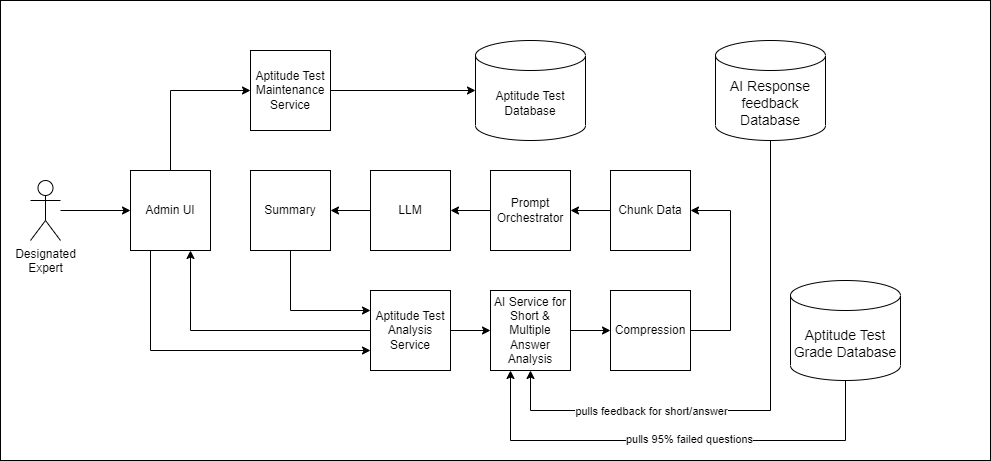
Before: diagrams/admin-expert-ai-refinement.drawio.png, a diagram exported from draw.io (mmat1/skynet-ai-2025). Source tidied: cells renumbered, new cells last; positions are measured from the earlier drawing's top-left corner, leaving out a move shared by most shapes.
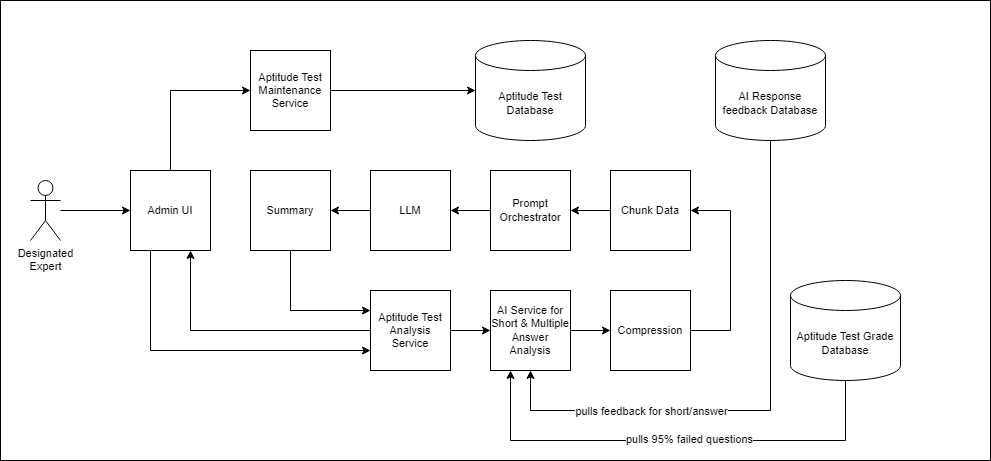
After the commit.

Diff of the diagram source:
```diff
@@ -2,41 +2,41 @@
   <root>
     <mxCell id="0" />
     <mxCell id="1" parent="0" />
-    <mxCell id="2" style="rounded=0;whiteSpace=wrap;html=1;" parent="1" vertex="1">
+    <mxCell id="2" style="rounded=0;whiteSpace=wrap;html=1;fontSize=11;" parent="1" vertex="1">
       <mxGeometry width="990" height="460" as="geometry" />
     </mxCell>
-    <mxCell id="3" value="&lt;span style=&quot;font-size: 14px;&quot;&gt;AI Response feedback Database&lt;br&gt;&lt;/span&gt;" style="shape=cylinder3;whiteSpace=wrap;html=1;boundedLbl=1;backgroundOutline=1;size=15;strokeColor=default;align=center;verticalAlign=middle;fontFamily=Helvetica;fontSize=12;fontColor=default;fillColor=default;" parent="1" vertex="1">
+    <mxCell id="3" value="&lt;span style=&quot;font-size: 11px;&quot;&gt;AI Response feedback Database&lt;br style=&quot;font-size: 11px;&quot;&gt;&lt;/span&gt;" style="shape=cylinder3;whiteSpace=wrap;html=1;boundedLbl=1;backgroundOutline=1;size=15;strokeColor=default;align=center;verticalAlign=middle;fontFamily=Helvetica;fontSize=11;fontColor=default;fillColor=default;" parent="1" vertex="1">
       <mxGeometry x="715" y="40" width="110" height="100" as="geometry" />
     </mxCell>
-    <mxCell id="4" style="edgeStyle=orthogonalEdgeStyle;rounded=0;jettySize=auto;html=1;" parent="1" edge="1" source="5" target="6">
+    <mxCell id="4" style="edgeStyle=orthogonalEdgeStyle;rounded=0;jettySize=auto;html=1;fontSize=11;" parent="1" edge="1" source="5" target="6">
       <mxGeometry relative="1" as="geometry" />
     </mxCell>
-    <mxCell id="5" value="Prompt Orchestrator" style="whiteSpace=wrap;html=1;" parent="1" vertex="1">
+    <mxCell id="5" value="Prompt Orchestrator" style="whiteSpace=wrap;html=1;fontSize=11;" parent="1" vertex="1">
       <mxGeometry x="490" y="170" width="80" height="80" as="geometry" />
     </mxCell>
-    <mxCell id="6" value="LLM" style="whiteSpace=wrap;html=1;" parent="1" vertex="1">
+    <mxCell id="6" value="LLM" style="whiteSpace=wrap;html=1;fontSize=11;" parent="1" vertex="1">
       <mxGeometry x="370" y="170" width="80" height="80" as="geometry" />
     </mxCell>
-    <mxCell id="7" style="edgeStyle=orthogonalEdgeStyle;rounded=0;jettySize=auto;html=1;" parent="1" edge="1" source="8" target="5">
+    <mxCell id="7" style="edgeStyle=orthogonalEdgeStyle;rounded=0;jettySize=auto;html=1;fontSize=11;" parent="1" edge="1" source="8" target="5">
       <mxGeometry relative="1" as="geometry" />
     </mxCell>
-    <mxCell id="8" value="Chunk Data" style="whiteSpace=wrap;html=1;" parent="1" vertex="1">
+    <mxCell id="8" value="Chunk Data" style="whiteSpace=wrap;html=1;fontSize=11;" parent="1" vertex="1">
       <mxGeometry x="610" y="170" width="80" height="80" as="geometry" />
     </mxCell>
-    <mxCell id="9" style="edgeStyle=orthogonalEdgeStyle;rounded=0;jettySize=auto;html=1;exitX=0.5;exitY=0;exitDx=0;exitDy=0;entryX=0;entryY=0.5;entryDx=0;entryDy=0;" parent="1" edge="1" source="11" target="15">
+    <mxCell id="9" style="edgeStyle=orthogonalEdgeStyle;rounded=0;jettySize=auto;html=1;exitX=0.5;exitY=0;exitDx=0;exitDy=0;entryX=0;entryY=0.5;entryDx=0;entryDy=0;fontSize=11;" parent="1" edge="1" source="11" target="15">
       <mxGeometry relative="1" as="geometry" />
     </mxCell>
-    <mxCell id="10" style="edgeStyle=orthogonalEdgeStyle;rounded=0;jettySize=auto;html=1;entryX=0;entryY=0.75;entryDx=0;entryDy=0;exitX=0.25;exitY=1;exitDx=0;exitDy=0;" parent="1" edge="1" source="11" target="30">
+    <mxCell id="10" style="edgeStyle=orthogonalEdgeStyle;rounded=0;jettySize=auto;html=1;entryX=0;entryY=0.75;entryDx=0;entryDy=0;exitX=0.25;exitY=1;exitDx=0;exitDy=0;fontSize=11;" parent="1" edge="1" source="11" target="30">
       <mxGeometry relative="1" as="geometry">
         <Array as="points">
           <mxPoint x="150" y="350" />
         </Array>
       </mxGeometry>
     </mxCell>
-    <mxCell id="11" value="Admin UI" style="whiteSpace=wrap;html=1;" parent="1" vertex="1">
+    <mxCell id="11" value="Admin UI" style="whiteSpace=wrap;html=1;fontSize=11;" parent="1" vertex="1">
       <mxGeometry x="130" y="170" width="80" height="80" as="geometry" />
     </mxCell>
-    <mxCell id="12" style="edgeStyle=orthogonalEdgeStyle;rounded=0;jettySize=auto;html=1;entryX=1;entryY=0.5;entryDx=0;entryDy=0;" parent="1" edge="1" source="13" target="8">
+    <mxCell id="12" style="edgeStyle=orthogonalEdgeStyle;rounded=0;jettySize=auto;html=1;entryX=1;entryY=0.5;entryDx=0;entryDy=0;fontSize=11;" parent="1" edge="1" source="13" target="8">
       <mxGeometry relative="1" as="geometry">
         <Array as="points">
           <mxPoint x="730" y="330" />
@@ -44,32 +44,32 @@
         </Array>
       </mxGeometry>
     </mxCell>
-    <mxCell id="13" value="Compression" style="whiteSpace=wrap;html=1;" parent="1" vertex="1">
+    <mxCell id="13" value="Compression" style="whiteSpace=wrap;html=1;fontSize=11;" parent="1" vertex="1">
       <mxGeometry x="610" y="290" width="80" height="80" as="geometry" />
     </mxCell>
-    <mxCell id="14" style="edgeStyle=orthogonalEdgeStyle;rounded=0;jettySize=auto;html=1;" parent="1" edge="1" source="15" target="16">
+    <mxCell id="14" style="edgeStyle=orthogonalEdgeStyle;rounded=0;jettySize=auto;html=1;fontSize=11;" parent="1" edge="1" source="15" target="16">
       <mxGeometry relative="1" as="geometry" />
     </mxCell>
-    <mxCell id="15" value="Aptitude Test Maintenance Service" style="whiteSpace=wrap;html=1;" parent="1" vertex="1">
+    <mxCell id="15" value="Aptitude Test Maintenance Service" style="whiteSpace=wrap;html=1;fontSize=11;" parent="1" vertex="1">
       <mxGeometry x="250" y="50" width="80" height="80" as="geometry" />
     </mxCell>
-    <mxCell id="16" value="Aptitude Test Database" style="shape=cylinder3;whiteSpace=wrap;html=1;boundedLbl=1;backgroundOutline=1;size=15;strokeColor=default;align=center;verticalAlign=middle;fontFamily=Helvetica;fontSize=12;fontColor=default;fillColor=default;" parent="1" vertex="1">
+    <mxCell id="16" value="Aptitude Test Database" style="shape=cylinder3;whiteSpace=wrap;html=1;boundedLbl=1;backgroundOutline=1;size=15;strokeColor=default;align=center;verticalAlign=middle;fontFamily=Helvetica;fontSize=11;fontColor=default;fillColor=default;" parent="1" vertex="1">
       <mxGeometry x="475" y="40" width="110" height="100" as="geometry" />
     </mxCell>
-    <mxCell id="17" style="edgeStyle=orthogonalEdgeStyle;rounded=0;jettySize=auto;html=1;" parent="1" edge="1" source="6" target="19">
+    <mxCell id="17" style="edgeStyle=orthogonalEdgeStyle;rounded=0;jettySize=auto;html=1;fontSize=11;" parent="1" edge="1" source="6" target="19">
       <mxGeometry relative="1" as="geometry" />
     </mxCell>
-    <mxCell id="18" style="edgeStyle=orthogonalEdgeStyle;rounded=0;jettySize=auto;html=1;entryX=0;entryY=0.25;entryDx=0;entryDy=0;" parent="1" edge="1" source="19" target="30">
+    <mxCell id="18" style="edgeStyle=orthogonalEdgeStyle;rounded=0;jettySize=auto;html=1;entryX=0;entryY=0.25;entryDx=0;entryDy=0;fontSize=11;" parent="1" edge="1" source="19" target="30">
       <mxGeometry relative="1" as="geometry">
         <Array as="points">
           <mxPoint x="290" y="310" />
         </Array>
       </mxGeometry>
     </mxCell>
-    <mxCell id="19" value="Summary" style="whiteSpace=wrap;html=1;" parent="1" vertex="1">
+    <mxCell id="19" value="Summary" style="whiteSpace=wrap;html=1;fontSize=11;" parent="1" vertex="1">
       <mxGeometry x="250" y="170" width="80" height="80" as="geometry" />
     </mxCell>
-    <mxCell id="20" style="edgeStyle=orthogonalEdgeStyle;rounded=0;jettySize=auto;html=1;startArrow=classic;startFill=1;endArrow=none;endFill=0;" parent="1" edge="1" source="25" target="3">
+    <mxCell id="20" style="edgeStyle=orthogonalEdgeStyle;rounded=0;jettySize=auto;html=1;startArrow=classic;startFill=1;endArrow=none;endFill=0;fontSize=11;" parent="1" edge="1" source="25" target="3">
       <mxGeometry relative="1" as="geometry">
         <Array as="points">
           <mxPoint x="530" y="410" />
@@ -77,15 +77,15 @@
         </Array>
       </mxGeometry>
     </mxCell>
-    <mxCell id="21" value="pulls feedback for short/answer" style="edgeLabel;html=1;align=center;verticalAlign=middle;" parent="20" vertex="1">
+    <mxCell id="21" value="pulls feedback for short/answer" style="edgeLabel;html=1;align=center;verticalAlign=middle;fontSize=11;" parent="20" vertex="1">
       <mxGeometry x="-0.26" relative="1" as="geometry">
         <mxPoint x="-43" as="offset" />
       </mxGeometry>
     </mxCell>
-    <mxCell id="22" style="edgeStyle=orthogonalEdgeStyle;rounded=0;jettySize=auto;html=1;entryX=0;entryY=0.5;entryDx=0;entryDy=0;" parent="1" edge="1" source="25" target="13">
+    <mxCell id="22" style="edgeStyle=orthogonalEdgeStyle;rounded=0;jettySize=auto;html=1;entryX=0;entryY=0.5;entryDx=0;entryDy=0;fontSize=11;" parent="1" edge="1" source="25" target="13">
       <mxGeometry relative="1" as="geometry" />
     </mxCell>
-    <mxCell id="23" style="edgeStyle=orthogonalEdgeStyle;rounded=0;jettySize=auto;html=1;exitX=0.25;exitY=1;exitDx=0;exitDy=0;entryX=0.5;entryY=1;entryDx=0;entryDy=0;entryPerimeter=0;endArrow=none;endFill=0;startArrow=classic;startFill=1;" parent="1" edge="1" source="25" target="31">
+    <mxCell id="23" style="edgeStyle=orthogonalEdgeStyle;rounded=0;jettySize=auto;html=1;exitX=0.25;exitY=1;exitDx=0;exitDy=0;entryX=0.5;entryY=1;entryDx=0;entryDy=0;entryPerimeter=0;endArrow=none;endFill=0;startArrow=classic;startFill=1;fontSize=11;" parent="1" edge="1" source="25" target="31">
       <mxGeometry relative="1" as="geometry">
         <Array as="points">
           <mxPoint x="510" y="440" />
@@ -93,28 +93,28 @@
         </Array>
       </mxGeometry>
     </mxCell>
-    <mxCell id="24" value="pulls 95% failed questions" style="edgeLabel;html=1;align=center;verticalAlign=middle;" parent="23" vertex="1">
+    <mxCell id="24" value="pulls 95% failed questions" style="edgeLabel;html=1;align=center;verticalAlign=middle;fontSize=11;" parent="23" vertex="1">
       <mxGeometry x="0.07" y="2" relative="1" as="geometry" />
     </mxCell>
-    <mxCell id="25" value="AI Service for Short &amp;amp; Multiple Answer Analysis" style="whiteSpace=wrap;html=1;" parent="1" vertex="1">
+    <mxCell id="25" value="AI Service for Short &amp;amp; Multiple Answer Analysis" style="whiteSpace=wrap;html=1;fontSize=11;" parent="1" vertex="1">
       <mxGeometry x="490" y="290" width="80" height="80" as="geometry" />
     </mxCell>
-    <mxCell id="26" style="edgeStyle=orthogonalEdgeStyle;rounded=0;jettySize=auto;html=1;" parent="1" edge="1" source="27" target="11">
+    <mxCell id="26" style="edgeStyle=orthogonalEdgeStyle;rounded=0;jettySize=auto;html=1;fontSize=11;" parent="1" edge="1" source="27" target="11">
       <mxGeometry relative="1" as="geometry" />
     </mxCell>
-    <mxCell id="27" value="Designated&lt;br&gt;Expert" style="shape=umlActor;verticalLabelPosition=bottom;verticalAlign=top;html=1;outlineConnect=0;" parent="1" vertex="1">
+    <mxCell id="27" value="Designated&lt;br style=&quot;font-size: 11px;&quot;&gt;Expert" style="shape=umlActor;verticalLabelPosition=bottom;verticalAlign=top;html=1;outlineConnect=0;fontSize=11;" parent="1" vertex="1">
       <mxGeometry x="30" y="180" width="30" height="60" as="geometry" />
     </mxCell>
-    <mxCell id="28" style="edgeStyle=orthogonalEdgeStyle;rounded=0;jettySize=auto;html=1;" parent="1" edge="1" source="30" target="25">
+    <mxCell id="28" style="edgeStyle=orthogonalEdgeStyle;rounded=0;jettySize=auto;html=1;fontSize=11;" parent="1" edge="1" source="30" target="25">
       <mxGeometry relative="1" as="geometry" />
     </mxCell>
-    <mxCell id="29" style="edgeStyle=orthogonalEdgeStyle;rounded=0;jettySize=auto;html=1;exitX=0;exitY=0.5;exitDx=0;exitDy=0;entryX=0.75;entryY=1;entryDx=0;entryDy=0;" parent="1" edge="1" source="30" target="11">
+    <mxCell id="29" style="edgeStyle=orthogonalEdgeStyle;rounded=0;jettySize=auto;html=1;exitX=0;exitY=0.5;exitDx=0;exitDy=0;entryX=0.75;entryY=1;entryDx=0;entryDy=0;fontSize=11;" parent="1" edge="1" source="30" target="11">
       <mxGeometry relative="1" as="geometry" />
     </mxCell>
-    <mxCell id="30" value="Aptitude Test Analysis Service" style="whiteSpace=wrap;html=1;" parent="1" vertex="1">
+    <mxCell id="30" value="Aptitude Test Analysis Service" style="whiteSpace=wrap;html=1;fontSize=11;" parent="1" vertex="1">
       <mxGeometry x="370" y="290" width="80" height="80" as="geometry" />
     </mxCell>
-    <mxCell id="31" value="&lt;span style=&quot;font-size: 14px;&quot;&gt;Aptitude Test Grade Database&lt;br&gt;&lt;/span&gt;" style="shape=cylinder3;whiteSpace=wrap;html=1;boundedLbl=1;backgroundOutline=1;size=15;strokeColor=default;align=center;verticalAlign=middle;fontFamily=Helvetica;fontSize=12;fontColor=default;fillColor=default;" parent="1" vertex="1">
+    <mxCell id="31" value="&lt;span style=&quot;font-size: 11px;&quot;&gt;Aptitude Test Grade Database&lt;br style=&quot;font-size: 11px;&quot;&gt;&lt;/span&gt;" style="shape=cylinder3;whiteSpace=wrap;html=1;boundedLbl=1;backgroundOutline=1;size=15;strokeColor=default;align=center;verticalAlign=middle;fontFamily=Helvetica;fontSize=11;fontColor=default;fillColor=default;" parent="1" vertex="1">
       <mxGeometry x="790" y="280" width="110" height="100" as="geometry" />
     </mxCell>
   </root>
```
